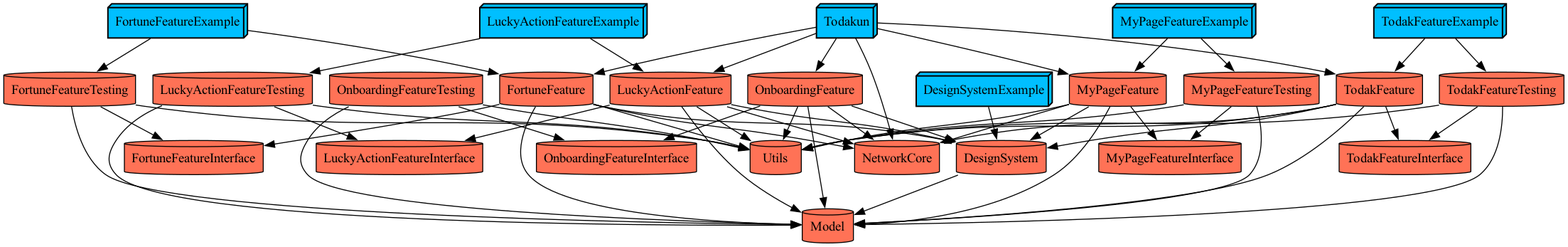
The Graphviz diagram docs/graph.png in YAPP-Github/28th-App-Team-2-iOS, before a commit. Its source is kept beside it as docs/graph.dot.
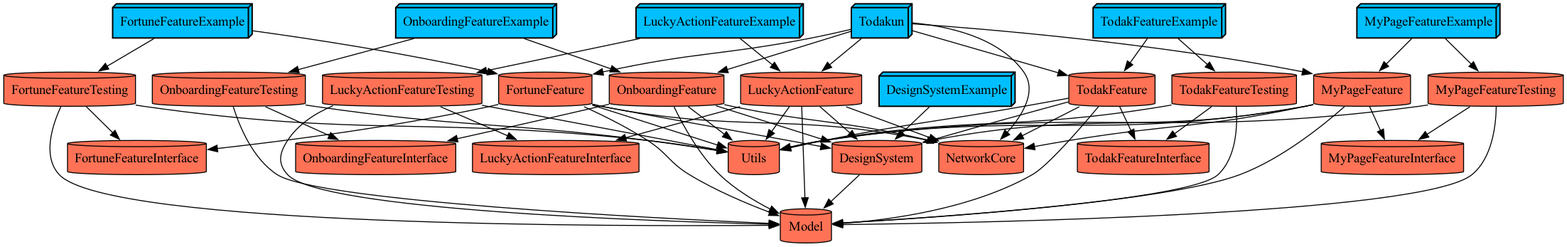
After the commit.

What changed in the source:
```diff
@@ -53,6 +53,9 @@
   OnboardingFeature -> OnboardingFeatureInterface
   OnboardingFeature -> Utils
   OnboardingFeature [fillcolor=coral1 shape=cylinder style=filled]
+  OnboardingFeatureExample -> OnboardingFeature
+  OnboardingFeatureExample -> OnboardingFeatureTesting
+  OnboardingFeatureExample [fillcolor=deepskyblue penwidth="1.5" shape=box3d style=filled]
   OnboardingFeatureInterface [fillcolor=coral1 shape=cylinder style=filled]
   OnboardingFeatureTesting -> Model
   OnboardingFeatureTesting -> OnboardingFeatureInterface
```
